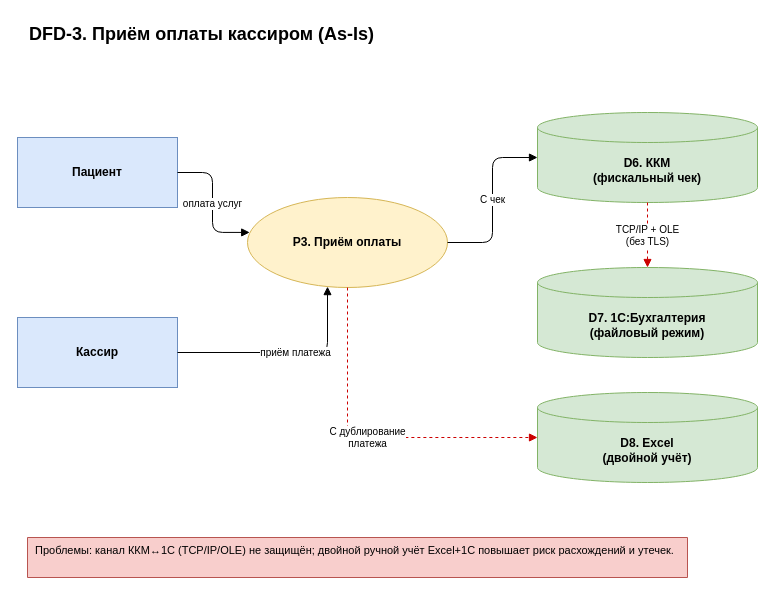
This is Task1/as-is-diagrams/dfd_3_payment.drawio from sproggi/architecture-medikamente, a draw.io file, before an edit. Source tidied: cells renumbered, new cells numbered last; positions are measured from the earlier drawing's top-left corner, leaving out a move shared by most shapes. Both pictures are drawn from the tidied source at 100%, with x=0, y=0 at pixel (17, 17).
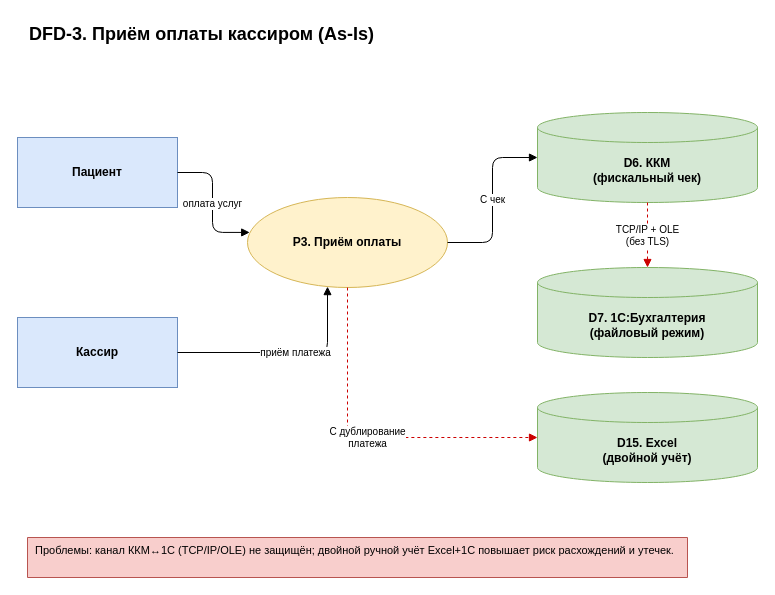
Above is the later version.

Diff of the diagram source:
```diff
@@
 <mxGraphModel>
   <root>
     <mxCell id="0" />
     <mxCell id="1" parent="0" />
     <mxCell id="2" value="DFD-3. Приём оплаты кассиром (As-Is)" style="text;html=1;fontSize=18;fontStyle=1;align=left;" parent="1" vertex="1">
       <mxGeometry x="10" width="690" height="40" as="geometry" />
     </mxCell>
     <mxCell id="3" value="Пациент" style="shape=rectangle;whiteSpace=wrap;html=1;fillColor=#dae8fc;strokeColor=#6c8ebf;fontStyle=1;" parent="1" vertex="1">
       <mxGeometry y="120" width="160" height="70" as="geometry" />
     </mxCell>
     <mxCell id="4" value="Кассир" style="shape=rectangle;whiteSpace=wrap;html=1;fillColor=#dae8fc;strokeColor=#6c8ebf;fontStyle=1;" parent="1" vertex="1">
       <mxGeometry y="300" width="160" height="70" as="geometry" />
     </mxCell>
     <mxCell id="5" value="P3. Приём оплаты" style="ellipse;whiteSpace=wrap;html=1;fillColor=#fff2cc;strokeColor=#d6b656;fontStyle=1;" parent="1" vertex="1">
       <mxGeometry x="230" y="180" width="200" height="90" as="geometry" />
     </mxCell>
     <mxCell id="6" value="D6. ККМ&#10;(фискальный чек)" style="shape=cylinder3;whiteSpace=wrap;html=1;boundedLbl=1;backgroundOutline=1;size=15;fillColor=#d5e8d4;strokeColor=#82b366;fontStyle=1;" parent="1" vertex="1">
       <mxGeometry x="520" y="95" width="220" height="90" as="geometry" />
     </mxCell>
     <mxCell id="7" value="D7. 1С:Бухгалтерия&#10;(файловый режим)" style="shape=cylinder3;whiteSpace=wrap;html=1;boundedLbl=1;backgroundOutline=1;size=15;fillColor=#d5e8d4;strokeColor=#82b366;fontStyle=1;" parent="1" vertex="1">
       <mxGeometry x="520" y="250" width="220" height="90" as="geometry" />
     </mxCell>
-    <mxCell id="8" value="D8. Excel&#10;(двойной учёт)" style="shape=cylinder3;whiteSpace=wrap;html=1;boundedLbl=1;backgroundOutline=1;size=15;fillColor=#d5e8d4;strokeColor=#82b366;fontStyle=1;" parent="1" vertex="1">
+    <mxCell id="8" value="D15. Excel&#10;(двойной учёт)" style="shape=cylinder3;whiteSpace=wrap;html=1;boundedLbl=1;backgroundOutline=1;size=15;fillColor=#d5e8d4;strokeColor=#82b366;fontStyle=1;" parent="1" vertex="1">
       <mxGeometry x="520" y="375" width="220" height="90" as="geometry" />
     </mxCell>
     <mxCell id="9" value="оплата услуг" style="edgeStyle=orthogonalEdgeStyle;html=1;endArrow=block;endFill=1;fontSize=10;entryX=0.011;entryY=0.388;entryDx=0;entryDy=0;entryPerimeter=0;" parent="1" edge="1" source="3" target="5">
       <mxGeometry relative="1" as="geometry" />
     </mxCell>
     <mxCell id="10" value="приём платежа" style="edgeStyle=orthogonalEdgeStyle;html=1;endArrow=block;endFill=1;fontSize=10;" parent="1" edge="1" source="4" target="5">
       <mxGeometry x="0.09" relative="1" as="geometry">
         <Array as="points">
           <mxPoint x="310" y="335" />
         </Array>
       </mxGeometry>
     </mxCell>
     <mxCell id="11" value="C чек" style="edgeStyle=orthogonalEdgeStyle;html=1;endArrow=block;endFill=1;fontSize=10;" parent="1" edge="1" source="5" target="6">
       <mxGeometry relative="1" as="geometry" />
     </mxCell>
     <mxCell id="12" value="TCP/IP + OLE&#10;(без TLS)" style="edgeStyle=orthogonalEdgeStyle;html=1;endArrow=block;endFill=1;fontSize=10;strokeColor=#cc0000;dashed=1;" parent="1" edge="1" source="6" target="7">
       <mxGeometry relative="1" as="geometry" />
     </mxCell>
     <mxCell id="13" value="C дублирование&#10;платежа" style="edgeStyle=orthogonalEdgeStyle;html=1;endArrow=block;endFill=1;fontSize=10;strokeColor=#cc0000;dashed=1;" parent="1" edge="1" source="5" target="8">
       <mxGeometry relative="1" as="geometry">
         <Array as="points">
           <mxPoint x="330" y="420" />
         </Array>
       </mxGeometry>
     </mxCell>
     <mxCell id="14" value="Проблемы: канал ККМ↔1С (TCP/IP/OLE) не защищён; двойной ручной учёт Excel+1С повышает риск расхождений и утечек." style="shape=note;whiteSpace=wrap;html=1;fillColor=#f8cecc;strokeColor=#b85450;align=left;verticalAlign=top;spacingLeft=6;fontSize=11;size=0;" parent="1" vertex="1">
       <mxGeometry x="10" y="520" width="660" height="40" as="geometry" />
     </mxCell>
   </root>
 </mxGraphModel>
```
